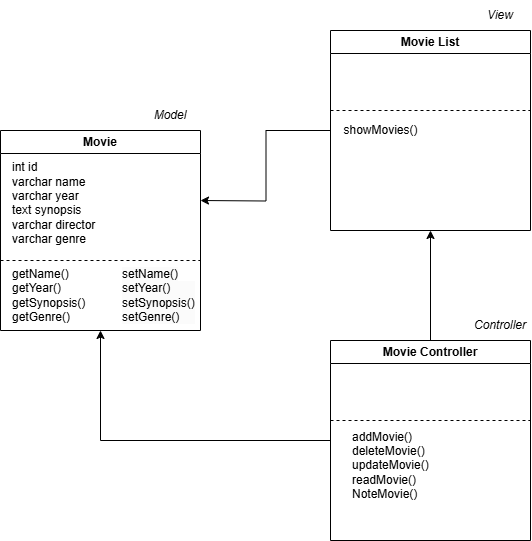
The draw.io diagram mvc.drawio.png in EwaLobodzinska/filmoteca, before a commit. Source tidied: cells renumbered, new cells last; positions are measured from the earlier drawing's top-left corner, leaving out a move shared by most shapes.
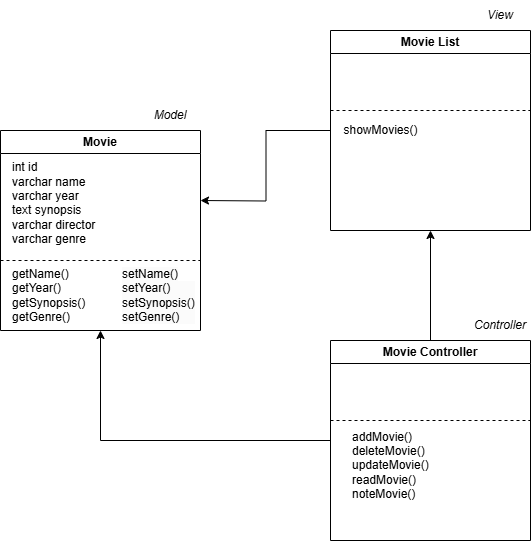
The same file after the commit.

Change to the diagram source:
```diff
@@ -52,7 +52,7 @@
         <mxPoint x="200" y="80" as="targetPoint" />
       </mxGeometry>
     </mxCell>
-    <mxCell id="15" value="addMovie()&lt;div&gt;deleteMovie()&lt;/div&gt;&lt;div&gt;updateMovie()&lt;/div&gt;&lt;div&gt;readMovie()&lt;/div&gt;&lt;div&gt;NoteMovie()&lt;/div&gt;" style="text;html=1;align=left;verticalAlign=middle;strokeColor=none;fillColor=none;" parent="13" vertex="1">
+    <mxCell id="15" value="addMovie()&lt;div&gt;deleteMovie()&lt;/div&gt;&lt;div&gt;updateMovie()&lt;/div&gt;&lt;div&gt;readMovie()&lt;/div&gt;&lt;div&gt;noteMovie()&lt;/div&gt;" style="text;html=1;align=left;verticalAlign=middle;strokeColor=none;fillColor=none;" parent="13" vertex="1">
       <mxGeometry x="20" y="80" width="100" height="90" as="geometry" />
     </mxCell>
     <mxCell id="16" value="&lt;i&gt;Controller&lt;/i&gt;" style="text;html=1;align=center;verticalAlign=middle;whiteSpace=wrap;rounded=0;" parent="1" vertex="1">
```
